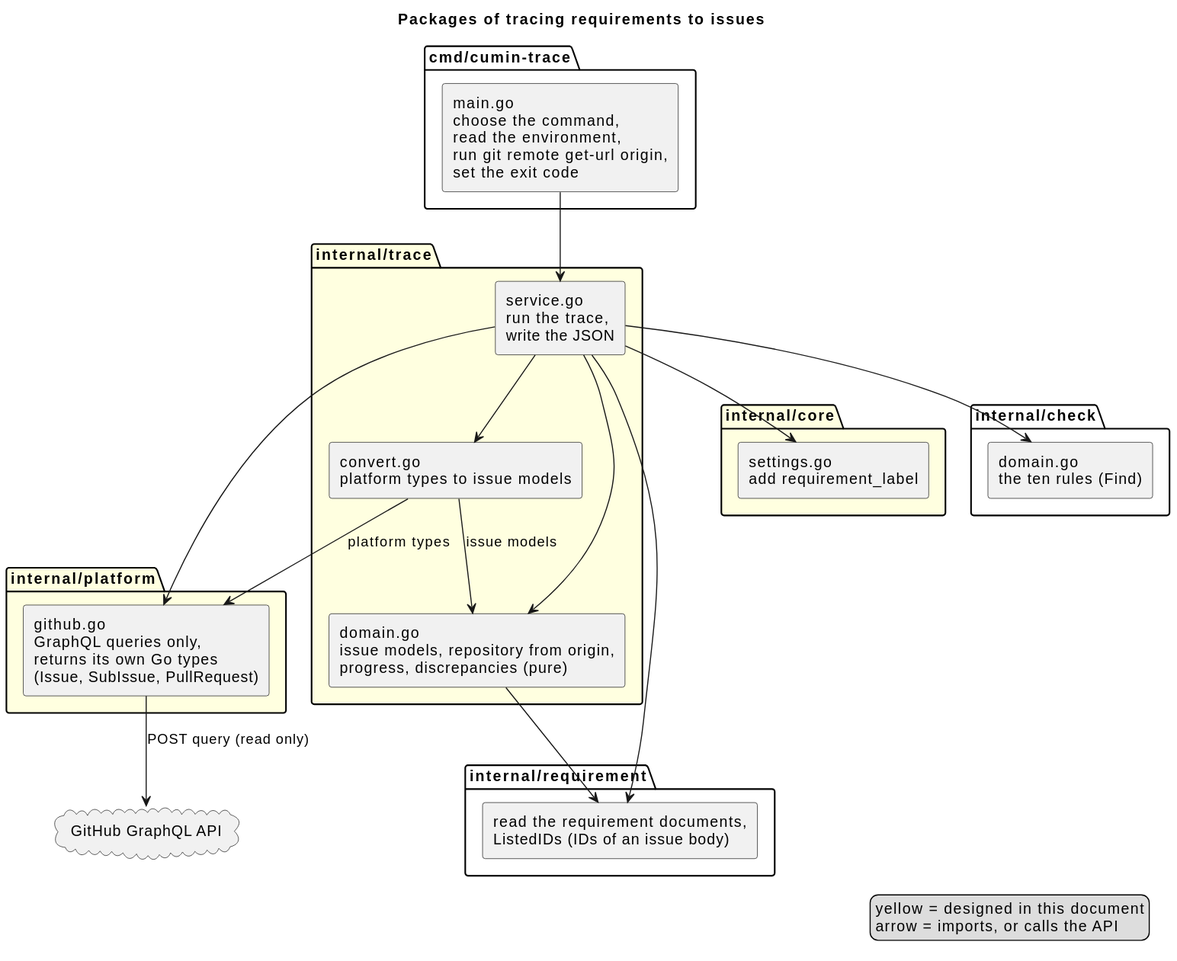
Earlier version of the PlantUML export docs/ja/designs/trace/trace-packages.svg (cloveclovedev/cumin-trace).
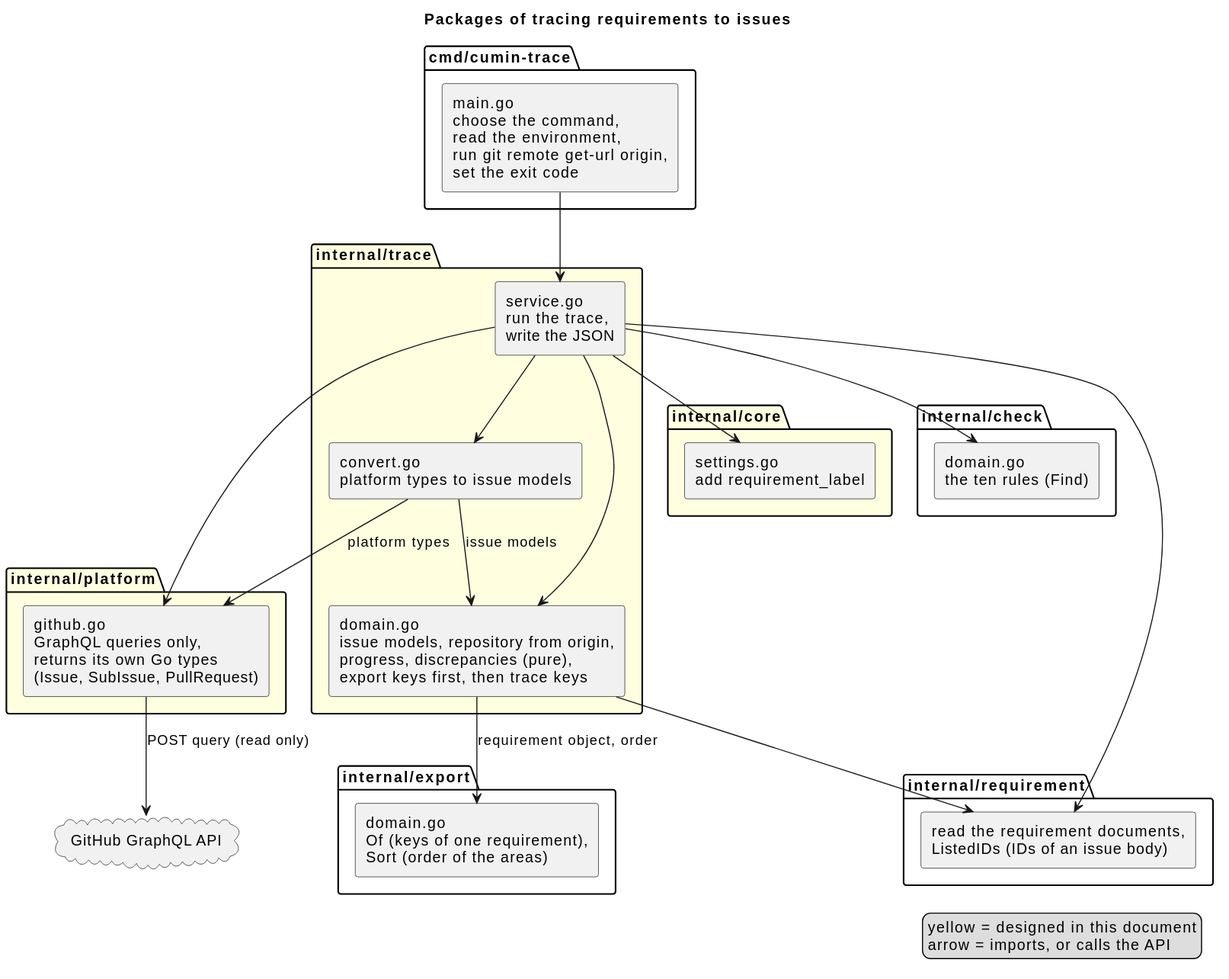
After the change.

Commit message:
feat(trace): build each requirement of the trace output on the export (#103)

What changed in the source:
```diff
@@ -9,7 +9,7 @@
 
 package "internal/trace" #LightYellow {
   [service.go\nrun the trace,\nwrite the JSON] as service
-  [domain.go\nissue models, repository from origin,\nprogress, discrepancies (pure)] as rules
+  [domain.go\nissue models, repository from origin,\nprogress, discrepancies (pure),\nexport keys first, then trace keys] as rules
   [convert.go\nplatform types to issue models] as convert
 }
 
@@ -19,6 +19,10 @@
 
 package "internal/core" #LightYellow {
   [settings.go\nadd requirement_label] as settings
+}
+
+package "internal/export" {
+  [domain.go\nOf (keys of one requirement),\nSort (order of the areas)] as export
 }
 
 package "internal/check" {
@@ -41,6 +45,7 @@
 convert --> github : platform types
 convert --> rules : issue models
 rules --> requirement
+rules --> export : requirement object, order
 github --> api : POST query (read only)
 
 legend right
```
